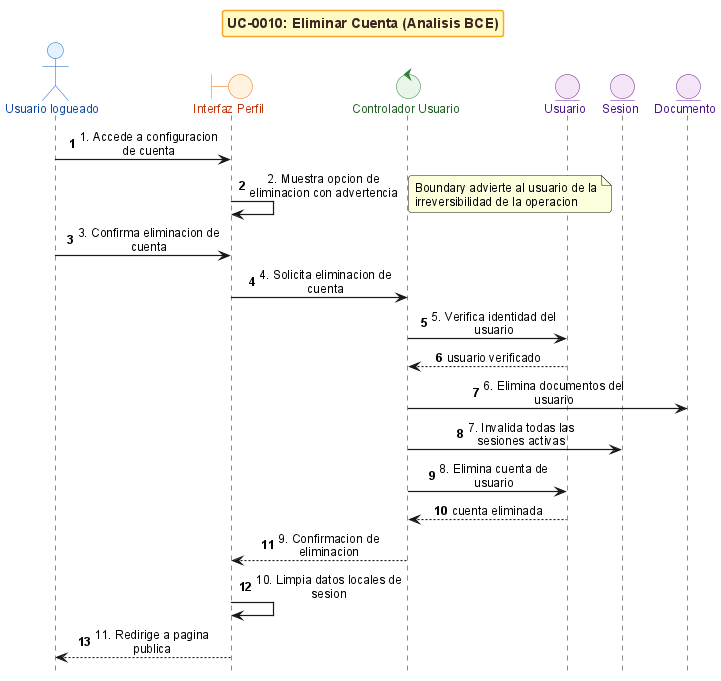
Before: anexos/diagramas/seq-bce-uc0010-delete-account.png, a diagram exported from PlantUML (ErDeivih/DocumentChain).
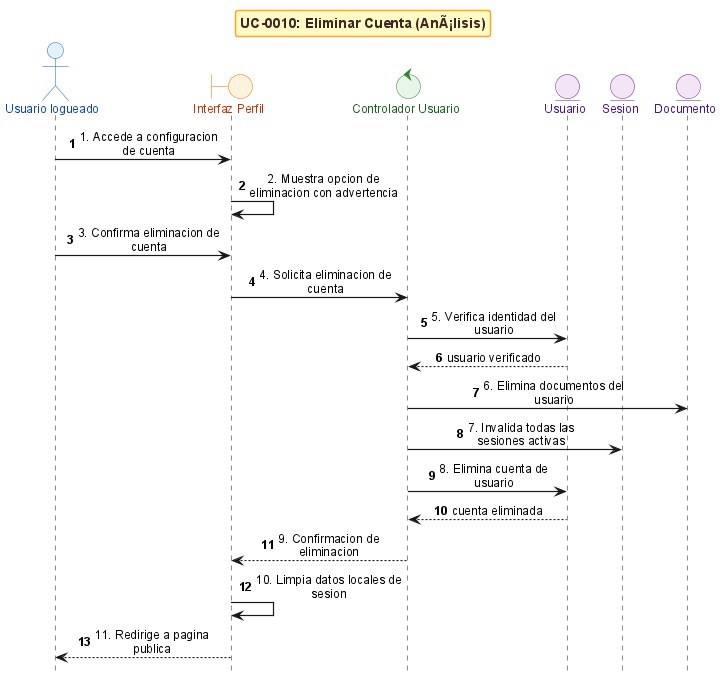
The same diagram one commit later.

The edit, as a diff of the source:
```diff
@@ -1,7 +1,7 @@
 @startuml
 !include _sequence-bce-style.puml
 
-title UC-0010: Eliminar Cuenta (Analisis BCE)
+title UC-0010: Eliminar Cuenta (AnÃ¡lisis)
 
 actor "Usuario logueado" as Actor
 boundary "Interfaz Perfil" as BF
@@ -13,7 +13,6 @@
 
 Actor -> BF : 1. Accede a configuracion de cuenta
 BF -> BF : 2. Muestra opcion de eliminacion con advertencia
-note right : Boundary advierte al usuario de la irreversibilidad de la operacion
 
 Actor -> BF : 3. Confirma eliminacion de cuenta
 BF -> CU : 4. Solicita eliminacion de cuenta
```
